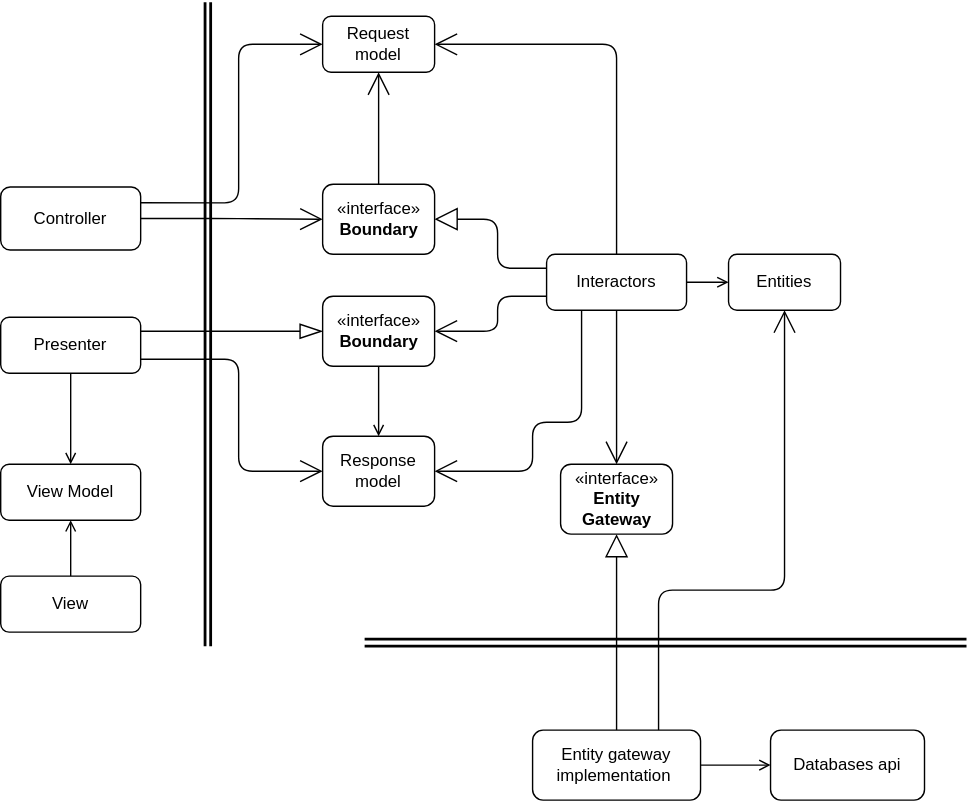
Above: Architecture.drawio.svg in speisekammer/reference-architecture (draw.io), before the change. Source tidied: cells renumbered, new cells last; positions are measured from the earlier drawing's top-left corner, leaving out a move shared by most shapes. Source of this version:
```xml
<mxGraphModel background="#FFFFFF">
  <root>
    <mxCell id="0" />
    <mxCell id="1" parent="0" />
    <mxCell id="2" style="edgeStyle=orthogonalEdgeStyle;rounded=1;hachureGap=4;jettySize=auto;html=1;exitX=0.5;exitY=1;exitDx=0;exitDy=0;fontFamily=Architects Daughter;fontSource=https%3A%2F%2Ffonts.googleapis.com%2Fcss%3Ffamily%3DArchitects%2BDaughter;fontSize=16;endArrow=open;startSize=14;endSize=14;sourcePerimeterSpacing=8;targetPerimeterSpacing=8;entryX=0.5;entryY=0;entryDx=0;entryDy=0;" parent="1" edge="1" source="6" target="33">
      <mxGeometry relative="1" as="geometry" />
    </mxCell>
    <mxCell id="3" style="edgeStyle=orthogonalEdgeStyle;rounded=1;hachureGap=4;jettySize=auto;html=1;exitX=0.5;exitY=0;exitDx=0;exitDy=0;entryX=1;entryY=0.5;entryDx=0;entryDy=0;fontFamily=Architects Daughter;fontSource=https%3A%2F%2Ffonts.googleapis.com%2Fcss%3Ffamily%3DArchitects%2BDaughter;fontSize=16;endArrow=open;startSize=14;endSize=14;sourcePerimeterSpacing=8;targetPerimeterSpacing=8;" parent="1" edge="1" source="6" target="8">
      <mxGeometry relative="1" as="geometry" />
    </mxCell>
    <mxCell id="4" style="edgeStyle=orthogonalEdgeStyle;rounded=1;hachureGap=4;jettySize=auto;html=1;exitX=0;exitY=0.25;exitDx=0;exitDy=0;entryX=1;entryY=0.5;entryDx=0;entryDy=0;fontFamily=Architects Daughter;fontSource=https%3A%2F%2Ffonts.googleapis.com%2Fcss%3Ffamily%3DArchitects%2BDaughter;fontSize=16;endArrow=block;startSize=14;endSize=14;sourcePerimeterSpacing=8;targetPerimeterSpacing=8;endFill=0;" parent="1" edge="1" source="6" target="34">
      <mxGeometry relative="1" as="geometry" />
    </mxCell>
    <mxCell id="5" style="edgeStyle=orthogonalEdgeStyle;rounded=1;hachureGap=4;jettySize=auto;html=1;exitX=0;exitY=0.75;exitDx=0;exitDy=0;entryX=1;entryY=0.5;entryDx=0;entryDy=0;fontFamily=Architects Daughter;fontSource=https%3A%2F%2Ffonts.googleapis.com%2Fcss%3Ffamily%3DArchitects%2BDaughter;fontSize=16;endArrow=open;endFill=0;startSize=14;endSize=14;sourcePerimeterSpacing=8;targetPerimeterSpacing=8;" parent="1" edge="1" source="6" target="32">
      <mxGeometry relative="1" as="geometry" />
    </mxCell>
    <mxCell id="6" value="Interactors" style="rounded=1;whiteSpace=wrap;html=1;hachureGap=4;" parent="1" vertex="1">
      <mxGeometry x="390" y="180" width="100" height="40" as="geometry" />
    </mxCell>
    <mxCell id="7" style="edgeStyle=orthogonalEdgeStyle;rounded=1;hachureGap=4;jettySize=auto;html=1;fontFamily=Architects Daughter;fontSource=https%3A%2F%2Ffonts.googleapis.com%2Fcss%3Ffamily%3DArchitects%2BDaughter;fontSize=16;endArrow=open;endFill=0;startSize=14;endSize=14;sourcePerimeterSpacing=8;targetPerimeterSpacing=8;entryX=0.5;entryY=1;entryDx=0;entryDy=0;exitX=0.5;exitY=0;exitDx=0;exitDy=0;" parent="1" edge="1" source="34" target="8">
      <mxGeometry relative="1" as="geometry" />
    </mxCell>
    <mxCell id="8" value="Request model" style="rounded=1;whiteSpace=wrap;html=1;hachureGap=4;" parent="1" vertex="1">
      <mxGeometry x="230" y="10" width="80" height="40" as="geometry" />
    </mxCell>
    <mxCell id="9" style="edgeStyle=orthogonalEdgeStyle;rounded=1;hachureGap=4;jettySize=auto;html=1;fontFamily=Architects Daughter;fontSource=https%3A%2F%2Ffonts.googleapis.com%2Fcss%3Ffamily%3DArchitects%2BDaughter;fontSize=16;endArrow=open;endFill=0;startSize=14;endSize=14;sourcePerimeterSpacing=8;targetPerimeterSpacing=8;exitX=1;exitY=0.5;exitDx=0;exitDy=0;entryX=0;entryY=0.5;entryDx=0;entryDy=0;" parent="1" edge="1" source="11" target="34">
      <mxGeometry relative="1" as="geometry" />
    </mxCell>
    <mxCell id="10" style="edgeStyle=orthogonalEdgeStyle;rounded=1;hachureGap=4;jettySize=auto;html=1;exitX=1;exitY=0.25;exitDx=0;exitDy=0;entryX=0;entryY=0.5;entryDx=0;entryDy=0;fontFamily=Architects Daughter;fontSource=https%3A%2F%2Ffonts.googleapis.com%2Fcss%3Ffamily%3DArchitects%2BDaughter;fontSize=16;endArrow=open;endFill=0;startSize=14;endSize=14;sourcePerimeterSpacing=8;targetPerimeterSpacing=8;" parent="1" edge="1" source="11" target="8">
      <mxGeometry relative="1" as="geometry">
        <Array as="points">
          <mxPoint x="170" y="143" />
          <mxPoint x="170" y="30" />
        </Array>
      </mxGeometry>
    </mxCell>
    <mxCell id="11" value="Controller" style="rounded=1;whiteSpace=wrap;html=1;hachureGap=4;" parent="1" vertex="1">
      <mxGeometry y="132" width="100" height="45" as="geometry" />
    </mxCell>
    <mxCell id="12" style="edgeStyle=orthogonalEdgeStyle;rounded=1;jettySize=auto;html=1;endArrow=open;endFill=0;" parent="1" edge="1" source="15" target="25">
      <mxGeometry relative="1" as="geometry" />
    </mxCell>
    <mxCell id="13" style="edgeStyle=orthogonalEdgeStyle;rounded=1;hachureGap=4;jettySize=auto;html=1;exitX=1;exitY=0.75;exitDx=0;exitDy=0;entryX=0;entryY=0.5;entryDx=0;entryDy=0;fontFamily=Architects Daughter;fontSource=https%3A%2F%2Ffonts.googleapis.com%2Fcss%3Ffamily%3DArchitects%2BDaughter;fontSize=16;endArrow=open;endFill=0;startSize=14;endSize=14;sourcePerimeterSpacing=8;targetPerimeterSpacing=8;" parent="1" edge="1" source="15" target="16">
      <mxGeometry relative="1" as="geometry">
        <Array as="points">
          <mxPoint x="170" y="255" />
          <mxPoint x="170" y="335" />
        </Array>
      </mxGeometry>
    </mxCell>
    <mxCell id="14" style="edgeStyle=orthogonalEdgeStyle;rounded=1;hachureGap=4;jettySize=auto;html=1;exitX=1;exitY=0.25;exitDx=0;exitDy=0;entryX=0;entryY=0.5;entryDx=0;entryDy=0;fontFamily=Architects Daughter;fontSource=https%3A%2F%2Ffonts.googleapis.com%2Fcss%3Ffamily%3DArchitects%2BDaughter;fontSize=16;endArrow=blockThin;endFill=0;startSize=14;endSize=14;sourcePerimeterSpacing=8;targetPerimeterSpacing=8;strokeWidth=1;" parent="1" edge="1" source="15" target="32">
      <mxGeometry relative="1" as="geometry" />
    </mxCell>
    <mxCell id="15" value="Presenter" style="rounded=1;whiteSpace=wrap;html=1;hachureGap=4;" parent="1" vertex="1">
      <mxGeometry y="225" width="100" height="40" as="geometry" />
    </mxCell>
    <mxCell id="16" value="Response model" style="rounded=1;whiteSpace=wrap;html=1;hachureGap=4;" parent="1" vertex="1">
      <mxGeometry x="230" y="310" width="80" height="50" as="geometry" />
    </mxCell>
    <mxCell id="17" style="edgeStyle=none;jettySize=auto;html=1;rounded=1;startArrow=none;startFill=0;endArrow=open;endFill=0;sourcePerimeterSpacing=8;targetPerimeterSpacing=8;strokeColor=default;strokeWidth=1;exitX=0.5;exitY=1;exitDx=0;exitDy=0;entryX=0.5;entryY=0;entryDx=0;entryDy=0;" parent="1" edge="1" source="32" target="16">
      <mxGeometry relative="1" as="geometry" />
    </mxCell>
    <mxCell id="18" style="edgeStyle=none;jettySize=auto;html=1;rounded=1;startArrow=none;startFill=0;endArrow=open;endFill=0;sourcePerimeterSpacing=8;targetPerimeterSpacing=8;strokeColor=default;strokeWidth=1;exitX=1;exitY=0.5;exitDx=0;exitDy=0;entryX=0;entryY=0.5;entryDx=0;entryDy=0;" parent="1" edge="1" source="6" target="24">
      <mxGeometry relative="1" as="geometry" />
    </mxCell>
    <mxCell id="19" style="edgeStyle=orthogonalEdgeStyle;rounded=1;hachureGap=4;jettySize=auto;html=1;exitX=0.75;exitY=0;exitDx=0;exitDy=0;entryX=0.5;entryY=1;entryDx=0;entryDy=0;fontFamily=Architects Daughter;fontSource=https%3A%2F%2Ffonts.googleapis.com%2Fcss%3Ffamily%3DArchitects%2BDaughter;fontSize=16;endArrow=open;startSize=14;endSize=14;sourcePerimeterSpacing=8;targetPerimeterSpacing=8;" parent="1" edge="1" source="21" target="24">
      <mxGeometry relative="1" as="geometry">
        <Array as="points">
          <mxPoint x="470" y="420" />
          <mxPoint x="560" y="420" />
        </Array>
      </mxGeometry>
    </mxCell>
    <mxCell id="20" style="edgeStyle=orthogonalEdgeStyle;curved=1;rounded=0;jettySize=auto;html=1;entryX=0.5;entryY=1;entryDx=0;entryDy=0;fontSize=12;endArrow=block;startSize=14;endSize=14;endFill=0;" parent="1" edge="1" source="21" target="33">
      <mxGeometry relative="1" as="geometry" />
    </mxCell>
    <mxCell id="21" value="Entity gateway implementation&amp;nbsp;" style="rounded=1;whiteSpace=wrap;html=1;hachureGap=4;" parent="1" vertex="1">
      <mxGeometry x="380" y="520" width="120" height="50" as="geometry" />
    </mxCell>
    <mxCell id="22" value="Databases api" style="rounded=1;whiteSpace=wrap;html=1;hachureGap=4;" parent="1" vertex="1">
      <mxGeometry x="550" y="520" width="110" height="50" as="geometry" />
    </mxCell>
    <mxCell id="23" style="edgeStyle=none;jettySize=auto;html=1;rounded=1;startArrow=none;startFill=0;endArrow=open;endFill=0;sourcePerimeterSpacing=8;targetPerimeterSpacing=8;strokeColor=default;strokeWidth=1;entryX=0;entryY=0.5;entryDx=0;entryDy=0;exitX=1;exitY=0.5;exitDx=0;exitDy=0;" parent="1" edge="1" source="21" target="22">
      <mxGeometry relative="1" as="geometry" />
    </mxCell>
    <mxCell id="24" value="Entities" style="rounded=1;whiteSpace=wrap;html=1;hachureGap=4;" parent="1" vertex="1">
      <mxGeometry x="520" y="180" width="80" height="40" as="geometry" />
    </mxCell>
    <mxCell id="25" value="View Model" style="rounded=1;whiteSpace=wrap;html=1;hachureGap=4;" parent="1" vertex="1">
      <mxGeometry y="330" width="100" height="40" as="geometry" />
    </mxCell>
    <mxCell id="26" style="edgeStyle=orthogonalEdgeStyle;rounded=1;jettySize=auto;html=1;endArrow=open;endFill=0;" parent="1" edge="1" source="27" target="25">
      <mxGeometry relative="1" as="geometry" />
    </mxCell>
    <mxCell id="27" value="View" style="rounded=1;whiteSpace=wrap;html=1;hachureGap=4;" parent="1" vertex="1">
      <mxGeometry y="410" width="100" height="40" as="geometry" />
    </mxCell>
    <mxCell id="28" style="endArrow=none;html=1;rounded=1;hachureGap=4;fontFamily=Architects Daughter;fontSource=https%3A%2F%2Ffonts.googleapis.com%2Fcss%3Ffamily%3DArchitects%2BDaughter;fontSize=16;startSize=14;endSize=14;sourcePerimeterSpacing=8;targetPerimeterSpacing=8;strokeWidth=2;" parent="1" edge="1">
      <mxGeometry relative="1" as="geometry">
        <mxPoint x="146" y="460" as="sourcePoint" />
        <mxPoint x="146" as="targetPoint" />
      </mxGeometry>
    </mxCell>
    <mxCell id="29" style="endArrow=none;html=1;rounded=1;hachureGap=4;fontFamily=Architects Daughter;fontSource=https%3A%2F%2Ffonts.googleapis.com%2Fcss%3Ffamily%3DArchitects%2BDaughter;fontSize=16;startSize=14;endSize=14;sourcePerimeterSpacing=8;targetPerimeterSpacing=8;strokeWidth=2;" parent="1" edge="1">
      <mxGeometry relative="1" as="geometry">
        <mxPoint x="150" y="460" as="sourcePoint" />
        <mxPoint x="150" as="targetPoint" />
      </mxGeometry>
    </mxCell>
    <mxCell id="30" style="endArrow=none;html=1;rounded=1;hachureGap=4;fontFamily=Architects Daughter;fontSource=https%3A%2F%2Ffonts.googleapis.com%2Fcss%3Ffamily%3DArchitects%2BDaughter;fontSize=16;startSize=14;endSize=14;sourcePerimeterSpacing=8;targetPerimeterSpacing=8;strokeWidth=2;" parent="1" edge="1">
      <mxGeometry relative="1" as="geometry">
        <mxPoint x="260" y="455" as="sourcePoint" />
        <mxPoint x="690" y="455" as="targetPoint" />
      </mxGeometry>
    </mxCell>
    <mxCell id="31" style="endArrow=none;html=1;rounded=1;hachureGap=4;fontFamily=Architects Daughter;fontSource=https%3A%2F%2Ffonts.googleapis.com%2Fcss%3Ffamily%3DArchitects%2BDaughter;fontSize=16;startSize=14;endSize=14;sourcePerimeterSpacing=8;targetPerimeterSpacing=8;strokeWidth=2;" parent="1" edge="1">
      <mxGeometry relative="1" as="geometry">
        <mxPoint x="260" y="460" as="sourcePoint" />
        <mxPoint x="690" y="460" as="targetPoint" />
      </mxGeometry>
    </mxCell>
    <mxCell id="32" value="«interface»&lt;br style=&quot;font-size: 12px;&quot;&gt;&lt;b style=&quot;font-size: 12px;&quot;&gt;Boundary&lt;/b&gt;" style="html=1;fontSize=12;rounded=1;" parent="1" vertex="1">
      <mxGeometry x="230" y="210" width="80" height="50" as="geometry" />
    </mxCell>
    <mxCell id="33" value="«interface»&lt;br style=&quot;font-size: 12px;&quot;&gt;&lt;b style=&quot;font-size: 12px;&quot;&gt;Entity&lt;br&gt;Gateway&lt;/b&gt;" style="html=1;fontSize=12;rounded=1;" parent="1" vertex="1">
      <mxGeometry x="400" y="330" width="80" height="50" as="geometry" />
    </mxCell>
    <mxCell id="34" value="«interface»&lt;br style=&quot;font-size: 12px;&quot;&gt;&lt;b style=&quot;font-size: 12px;&quot;&gt;Boundary&lt;/b&gt;" style="html=1;fontSize=12;rounded=1;" parent="1" vertex="1">
      <mxGeometry x="230" y="130" width="80" height="50" as="geometry" />
    </mxCell>
    <mxCell id="35" style="edgeStyle=orthogonalEdgeStyle;rounded=1;hachureGap=4;jettySize=auto;html=1;exitX=0.25;exitY=1;exitDx=0;exitDy=0;entryX=1;entryY=0.5;entryDx=0;entryDy=0;fontFamily=Architects Daughter;fontSource=https%3A%2F%2Ffonts.googleapis.com%2Fcss%3Ffamily%3DArchitects%2BDaughter;fontSize=16;endArrow=open;startSize=14;endSize=14;sourcePerimeterSpacing=8;targetPerimeterSpacing=8;" parent="1" edge="1" source="6" target="16">
      <mxGeometry relative="1" as="geometry">
        <Array as="points">
          <mxPoint x="415" y="300" />
          <mxPoint x="380" y="300" />
          <mxPoint x="380" y="335" />
        </Array>
      </mxGeometry>
    </mxCell>
  </root>
</mxGraphModel>
```
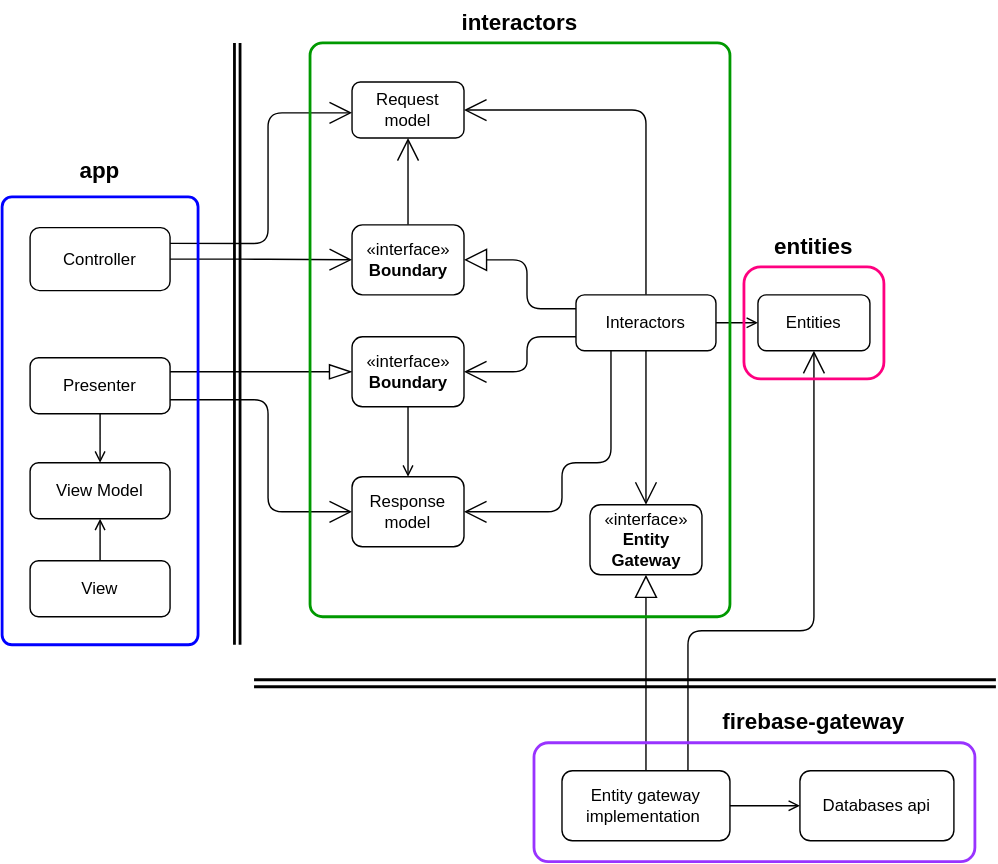
Above is the later version.

Change to the diagram source:
```diff
@@ -21,16 +21,17 @@
       <mxGeometry relative="1" as="geometry" />
     </mxCell>
     <mxCell id="8" value="Request model" style="rounded=1;whiteSpace=wrap;html=1;hachureGap=4;" parent="1" vertex="1">
-      <mxGeometry x="230" y="10" width="80" height="40" as="geometry" />
+      <mxGeometry x="230" y="28" width="80" height="40" as="geometry" />
     </mxCell>
     <mxCell id="9" style="edgeStyle=orthogonalEdgeStyle;rounded=1;hachureGap=4;jettySize=auto;html=1;fontFamily=Architects Daughter;fontSource=https%3A%2F%2Ffonts.googleapis.com%2Fcss%3Ffamily%3DArchitects%2BDaughter;fontSize=16;endArrow=open;endFill=0;startSize=14;endSize=14;sourcePerimeterSpacing=8;targetPerimeterSpacing=8;exitX=1;exitY=0.5;exitDx=0;exitDy=0;entryX=0;entryY=0.5;entryDx=0;entryDy=0;" parent="1" edge="1" source="11" target="34">
       <mxGeometry relative="1" as="geometry" />
     </mxCell>
-    <mxCell id="10" style="edgeStyle=orthogonalEdgeStyle;rounded=1;hachureGap=4;jettySize=auto;html=1;exitX=1;exitY=0.25;exitDx=0;exitDy=0;entryX=0;entryY=0.5;entryDx=0;entryDy=0;fontFamily=Architects Daughter;fontSource=https%3A%2F%2Ffonts.googleapis.com%2Fcss%3Ffamily%3DArchitects%2BDaughter;fontSize=16;endArrow=open;endFill=0;startSize=14;endSize=14;sourcePerimeterSpacing=8;targetPerimeterSpacing=8;" parent="1" edge="1" source="11" target="8">
+    <mxCell id="10" style="edgeStyle=orthogonalEdgeStyle;rounded=1;hachureGap=4;jettySize=auto;html=1;exitX=1;exitY=0.25;exitDx=0;exitDy=0;fontFamily=Architects Daughter;fontSource=https%3A%2F%2Ffonts.googleapis.com%2Fcss%3Ffamily%3DArchitects%2BDaughter;fontSize=16;endArrow=open;endFill=0;startSize=14;endSize=14;sourcePerimeterSpacing=8;targetPerimeterSpacing=8;" parent="1" edge="1" source="11">
       <mxGeometry relative="1" as="geometry">
+        <mxPoint x="230" y="50" as="targetPoint" />
         <Array as="points">
           <mxPoint x="170" y="143" />
-          <mxPoint x="170" y="30" />
+          <mxPoint x="170" y="50" />
         </Array>
       </mxGeometry>
     </mxCell>
@@ -87,35 +88,35 @@
       <mxGeometry x="520" y="180" width="80" height="40" as="geometry" />
     </mxCell>
     <mxCell id="25" value="View Model" style="rounded=1;whiteSpace=wrap;html=1;hachureGap=4;" parent="1" vertex="1">
-      <mxGeometry y="330" width="100" height="40" as="geometry" />
+      <mxGeometry y="300" width="100" height="40" as="geometry" />
     </mxCell>
     <mxCell id="26" style="edgeStyle=orthogonalEdgeStyle;rounded=1;jettySize=auto;html=1;endArrow=open;endFill=0;" parent="1" edge="1" source="27" target="25">
       <mxGeometry relative="1" as="geometry" />
     </mxCell>
     <mxCell id="27" value="View" style="rounded=1;whiteSpace=wrap;html=1;hachureGap=4;" parent="1" vertex="1">
-      <mxGeometry y="410" width="100" height="40" as="geometry" />
+      <mxGeometry y="409" width="100" height="40" as="geometry" />
     </mxCell>
     <mxCell id="28" style="endArrow=none;html=1;rounded=1;hachureGap=4;fontFamily=Architects Daughter;fontSource=https%3A%2F%2Ffonts.googleapis.com%2Fcss%3Ffamily%3DArchitects%2BDaughter;fontSize=16;startSize=14;endSize=14;sourcePerimeterSpacing=8;targetPerimeterSpacing=8;strokeWidth=2;" parent="1" edge="1">
       <mxGeometry relative="1" as="geometry">
-        <mxPoint x="146" y="460" as="sourcePoint" />
+        <mxPoint x="146" y="430" as="sourcePoint" />
         <mxPoint x="146" as="targetPoint" />
       </mxGeometry>
     </mxCell>
     <mxCell id="29" style="endArrow=none;html=1;rounded=1;hachureGap=4;fontFamily=Architects Daughter;fontSource=https%3A%2F%2Ffonts.googleapis.com%2Fcss%3Ffamily%3DArchitects%2BDaughter;fontSize=16;startSize=14;endSize=14;sourcePerimeterSpacing=8;targetPerimeterSpacing=8;strokeWidth=2;" parent="1" edge="1">
       <mxGeometry relative="1" as="geometry">
-        <mxPoint x="150" y="460" as="sourcePoint" />
+        <mxPoint x="150" y="430" as="sourcePoint" />
         <mxPoint x="150" as="targetPoint" />
       </mxGeometry>
     </mxCell>
     <mxCell id="30" style="endArrow=none;html=1;rounded=1;hachureGap=4;fontFamily=Architects Daughter;fontSource=https%3A%2F%2Ffonts.googleapis.com%2Fcss%3Ffamily%3DArchitects%2BDaughter;fontSize=16;startSize=14;endSize=14;sourcePerimeterSpacing=8;targetPerimeterSpacing=8;strokeWidth=2;" parent="1" edge="1">
       <mxGeometry relative="1" as="geometry">
-        <mxPoint x="260" y="455" as="sourcePoint" />
+        <mxPoint x="160" y="455" as="sourcePoint" />
         <mxPoint x="690" y="455" as="targetPoint" />
       </mxGeometry>
     </mxCell>
     <mxCell id="31" style="endArrow=none;html=1;rounded=1;hachureGap=4;fontFamily=Architects Daughter;fontSource=https%3A%2F%2Ffonts.googleapis.com%2Fcss%3Ffamily%3DArchitects%2BDaughter;fontSize=16;startSize=14;endSize=14;sourcePerimeterSpacing=8;targetPerimeterSpacing=8;strokeWidth=2;" parent="1" edge="1">
       <mxGeometry relative="1" as="geometry">
-        <mxPoint x="260" y="460" as="sourcePoint" />
+        <mxPoint x="160" y="460" as="sourcePoint" />
         <mxPoint x="690" y="460" as="targetPoint" />
       </mxGeometry>
     </mxCell>
@@ -137,5 +138,29 @@
         </Array>
       </mxGeometry>
     </mxCell>
+    <mxCell id="36" style="rounded=1;whiteSpace=wrap;html=1;fillColor=none;strokeColor=#FF0080;strokeWidth=2;" parent="1" vertex="1">
+      <mxGeometry x="510" y="160" width="100" height="80" as="geometry" />
+    </mxCell>
+    <mxCell id="37" style="rounded=1;whiteSpace=wrap;html=1;fillColor=none;strokeColor=#009900;arcSize=3;strokeWidth=2;" parent="1" vertex="1">
+      <mxGeometry x="200" width="300" height="410" as="geometry" />
+    </mxCell>
+    <mxCell id="38" style="rounded=1;whiteSpace=wrap;html=1;fillColor=none;strokeColor=#0000FF;arcSize=5;strokeWidth=2;" parent="1" vertex="1">
+      <mxGeometry x="-20" y="110" width="140" height="320" as="geometry" />
+    </mxCell>
+    <mxCell id="39" style="rounded=1;whiteSpace=wrap;html=1;fillColor=none;strokeColor=#9933FF;arcSize=12;strokeWidth=2;" parent="1" vertex="1">
+      <mxGeometry x="360" y="500" width="315" height="85" as="geometry" />
+    </mxCell>
+    <mxCell id="40" value="app" style="text;html=1;strokeColor=none;fillColor=none;align=center;verticalAlign=middle;whiteSpace=wrap;rounded=0;fontSize=16;fontStyle=1;" parent="1" vertex="1">
+      <mxGeometry x="20" y="76" width="60" height="30" as="geometry" />
+    </mxCell>
+    <mxCell id="41" value="interactors" style="text;html=1;strokeColor=none;fillColor=none;align=center;verticalAlign=middle;whiteSpace=wrap;rounded=0;fontSize=16;fontStyle=1;" parent="1" vertex="1">
+      <mxGeometry x="320" y="-30" width="60" height="30" as="geometry" />
+    </mxCell>
+    <mxCell id="42" value="entities" style="text;html=1;strokeColor=none;fillColor=none;align=center;verticalAlign=middle;whiteSpace=wrap;rounded=0;fontSize=16;fontStyle=1;" parent="1" vertex="1">
+      <mxGeometry x="530" y="130" width="60" height="30" as="geometry" />
+    </mxCell>
+    <mxCell id="43" value="firebase-gateway" style="text;html=1;strokeColor=none;fillColor=none;align=center;verticalAlign=middle;whiteSpace=wrap;rounded=0;fontSize=16;fontStyle=1;" parent="1" vertex="1">
+      <mxGeometry x="490" y="470" width="140" height="30" as="geometry" />
+    </mxCell>
   </root>
 </mxGraphModel>
```
